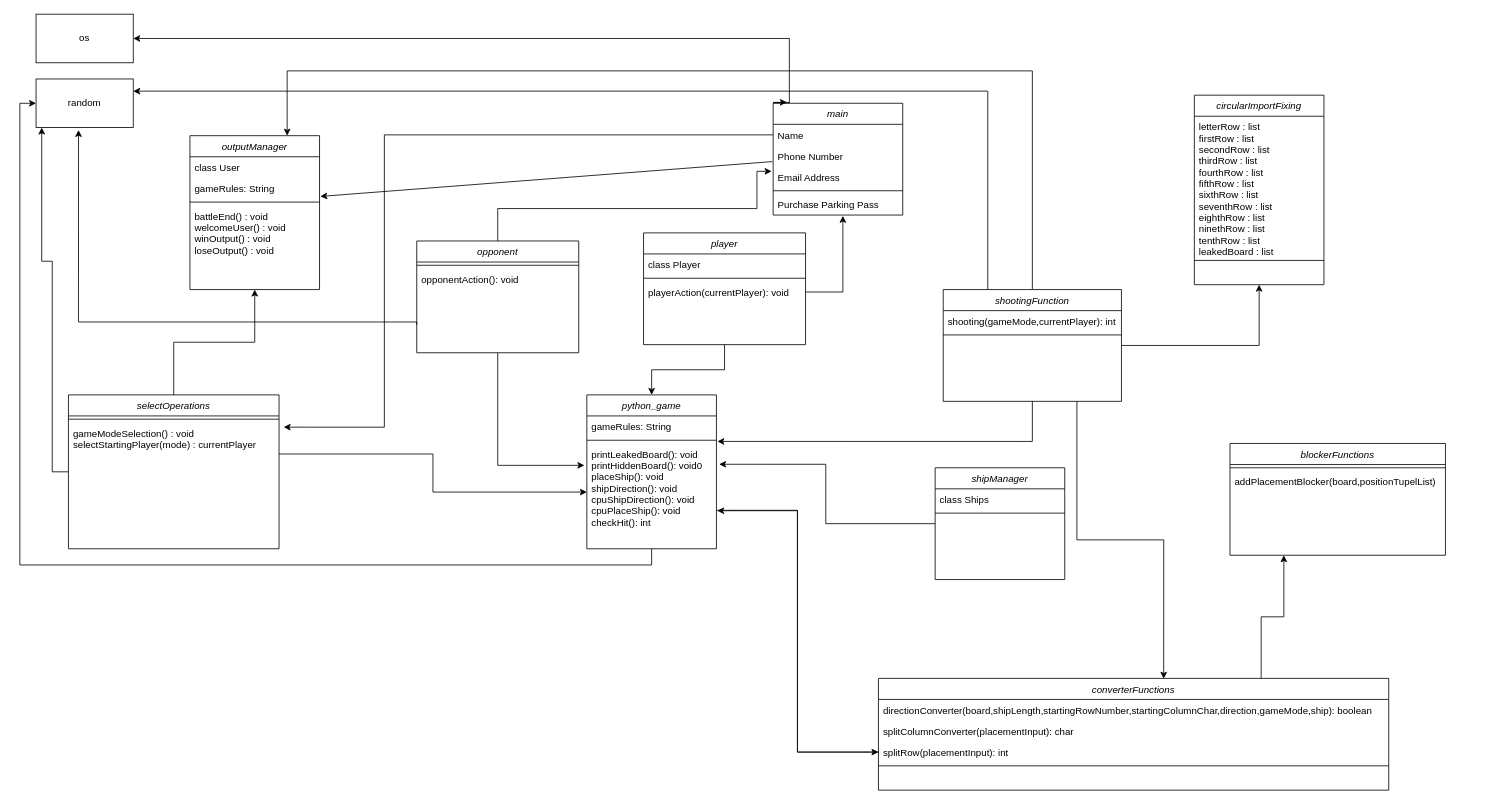
This is classDiagram.drawio from frederik-junk/Python_FleetBattle, a draw.io file, before an edit. Source tidied: cells renumbered, new cells numbered last; positions are measured from the earlier drawing's top-left corner, leaving out a move shared by most shapes. Both pictures are drawn from the tidied source at 81%, with x=0, y=0 at pixel (19, 14).
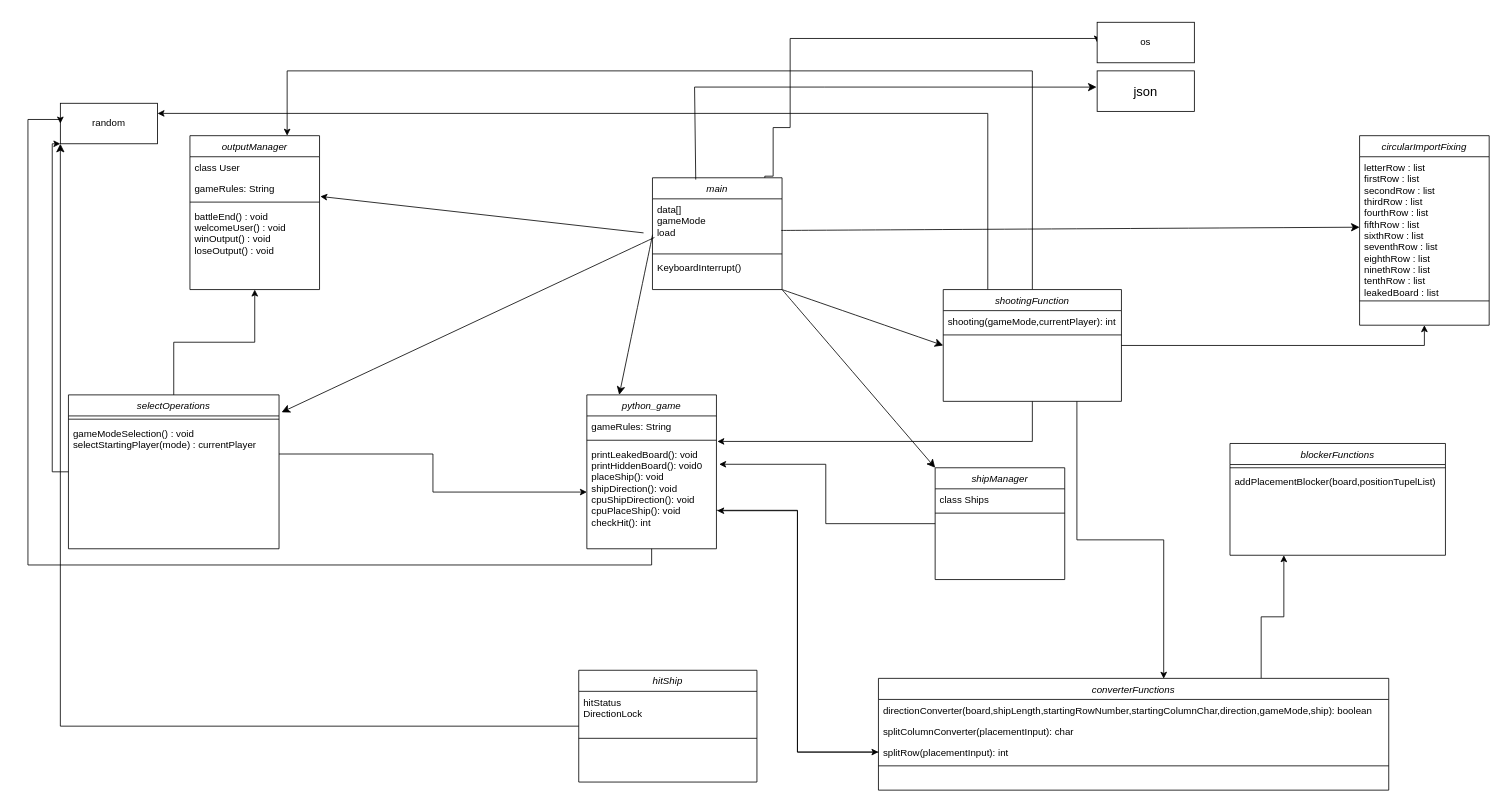
The same diagram, later.

Commit message (it also covers changes not shown here):
changes in diagrams and minor addition to Doku

Unchanged cells that the change refers to:
```xml
<mxCell id="13" value="gameRules: String" style="text;align=left;verticalAlign=top;spacingLeft=4;spacingRight=4;overflow=hidden;points=[[0,0.5],[1,0.5]];portConstraint=eastwest;rounded=0;shadow=0;html=0;" parent="11" vertex="1">
  <mxGeometry y="52" width="160" height="26" as="geometry" />
</mxCell>
<mxCell id="18" value="selectOperations" style="swimlane;fontStyle=2;align=center;verticalAlign=top;horizontal=1;startSize=26;rounded=0;shadow=0;strokeWidth=1;" parent="1" vertex="1">
  <mxGeometry x="60" y="470" width="260" height="190" as="geometry" />
</mxCell>
<mxCell id="20" value="gameModeSelection() : void&#10;selectStartingPlayer(mode) : currentPlayer" style="text;align=left;verticalAlign=top;spacingLeft=4;spacingRight=4;overflow=hidden;points=[[0,0.5],[1,0.5]];portConstraint=eastwest;" parent="18" vertex="1">
  <mxGeometry y="34" width="260" height="78" as="geometry" />
</mxCell>
<mxCell id="22" value="python_game" style="swimlane;fontStyle=2;align=center;verticalAlign=top;horizontal=1;startSize=26;rounded=0;shadow=0;strokeWidth=1;" parent="1" vertex="1">
  <mxGeometry x="700" y="470" width="160" height="190" as="geometry" />
</mxCell>
<mxCell id="25" value="printLeakedBoard(): void&#10;printHiddenBoard(): void0&#10;placeShip(): void&#10;shipDirection(): void&#10;cpuShipDirection(): void&#10;cpuPlaceShip(): void&#10;checkHit(): int" style="text;align=left;verticalAlign=top;spacingLeft=4;spacingRight=4;overflow=hidden;points=[[0,0.5],[1,0.5]];portConstraint=eastwest;" parent="22" vertex="1">
  <mxGeometry y="60" width="160" height="120" as="geometry" />
</mxCell>
<mxCell id="31" value="shipManager" style="swimlane;fontStyle=2;align=center;verticalAlign=top;horizontal=1;startSize=26;rounded=0;shadow=0;strokeWidth=1;" parent="1" vertex="1">
  <mxGeometry x="1130" y="560" width="160" height="138" as="geometry" />
</mxCell>
<mxCell id="57" value="letterRow : list&#10;firstRow : list&#10;secondRow : list&#10;thirdRow : list&#10;fourthRow : list&#10;fifthRow : list&#10;sixthRow : list&#10;seventhRow : list&#10;eighthRow : list&#10;ninethRow : list&#10;tenthRow : list&#10;leakedBoard : list" style="text;align=left;verticalAlign=top;spacingLeft=4;spacingRight=4;overflow=hidden;points=[[0,0.5],[1,0.5]];portConstraint=eastwest;" parent="56" vertex="1">
  <mxGeometry y="26" width="160" height="174" as="geometry" />
</mxCell>
<mxCell id="65" value="shootingFunction" style="swimlane;fontStyle=2;align=center;verticalAlign=top;horizontal=1;startSize=26;rounded=0;shadow=0;strokeWidth=1;" parent="1" vertex="1">
  <mxGeometry x="1140" y="340" width="220" height="138" as="geometry" />
</mxCell>
```

Change to the diagram source:
```diff
@@
-    <mxCell id="2" style="edgeStyle=orthogonalEdgeStyle;rounded=0;jettySize=auto;html=1;exitX=0;exitY=0;exitDx=0;exitDy=0;entryX=1;entryY=0.5;entryDx=0;entryDy=0;" parent="1" edge="1" source="3" target="9">
+    <mxCell id="2" style="edgeStyle=orthogonalEdgeStyle;rounded=0;jettySize=auto;html=1;endArrow=classic;endFill=1;entryX=0;entryY=0.5;entryDx=0;entryDy=0;exitX=0.867;exitY=0.011;exitDx=0;exitDy=0;exitPerimeter=0;" parent="1" edge="1" source="3" target="9">
       <mxGeometry relative="1" as="geometry">
         <Array as="points">
-          <mxPoint x="950" y="110" />
-          <mxPoint x="950" y="30" />
+          <mxPoint x="919" y="200" />
+          <mxPoint x="930" y="200" />
+          <mxPoint x="930" y="140" />
+          <mxPoint x="951" y="140" />
+          <mxPoint x="951" y="30" />
         </Array>
       </mxGeometry>
     </mxCell>
     <mxCell id="3" value="main" style="swimlane;fontStyle=2;align=center;verticalAlign=top;horizontal=1;startSize=26;rounded=0;shadow=0;strokeWidth=1;" parent="1" vertex="1">
-      <mxGeometry x="930" y="110" width="160" height="138" as="geometry" />
+      <mxGeometry x="781" y="202" width="160" height="138" as="geometry" />
     </mxCell>
-    <mxCell id="4" value="Name" style="text;align=left;verticalAlign=top;spacingLeft=4;spacingRight=4;overflow=hidden;points=[[0,0.5],[1,0.5]];portConstraint=eastwest;" parent="3" vertex="1">
-      <mxGeometry y="26" width="160" height="26" as="geometry" />
+    <mxCell id="4" value="data[]&#10;gameMode&#10;load" style="text;align=left;verticalAlign=top;spacingLeft=4;spacingRight=4;overflow=hidden;points=[[0,0.5],[1,0.5]];portConstraint=eastwest;" parent="3" vertex="1">
+      <mxGeometry y="26" width="160" height="64" as="geometry" />
     </mxCell>
-    <mxCell id="5" value="Phone Number" style="text;align=left;verticalAlign=top;spacingLeft=4;spacingRight=4;overflow=hidden;points=[[0,0.5],[1,0.5]];portConstraint=eastwest;rounded=0;shadow=0;html=0;" parent="3" vertex="1">
-      <mxGeometry y="52" width="160" height="26" as="geometry" />
-    </mxCell>
-    <mxCell id="6" value="Email Address" style="text;align=left;verticalAlign=top;spacingLeft=4;spacingRight=4;overflow=hidden;points=[[0,0.5],[1,0.5]];portConstraint=eastwest;rounded=0;shadow=0;html=0;" parent="3" vertex="1">
-      <mxGeometry y="78" width="160" height="26" as="geometry" />
-    </mxCell>
     <mxCell id="7" style="line;html=1;strokeWidth=1;align=left;verticalAlign=middle;spacingTop=-1;spacingLeft=3;spacingRight=3;labelPosition=right;" parent="3" vertex="1">
-      <mxGeometry y="104" width="160" height="8" as="geometry" />
+      <mxGeometry y="90" width="160" height="8" as="geometry" />
     </mxCell>
-    <mxCell id="8" value="Purchase Parking Pass" style="text;align=left;verticalAlign=top;spacingLeft=4;spacingRight=4;overflow=hidden;points=[[0,0.5],[1,0.5]];portConstraint=eastwest;" parent="3" vertex="1">
-      <mxGeometry y="112" width="160" height="26" as="geometry" />
+    <mxCell id="8" value="KeyboardInterrupt()" style="text;align=left;verticalAlign=top;spacingLeft=4;spacingRight=4;overflow=hidden;points=[[0,0.5],[1,0.5]];portConstraint=eastwest;" parent="3" vertex="1">
+      <mxGeometry y="98" width="160" height="22" as="geometry" />
     </mxCell>
     <mxCell id="9" value="os" style="rounded=0;whiteSpace=wrap;html=1;" parent="1" vertex="1">
-      <mxGeometry x="20" width="120" height="60" as="geometry" />
+      <mxGeometry x="1330" y="10" width="120" height="50" as="geometry" />
     </mxCell>
-    <mxCell id="10" style="endArrow=classic;html=1;rounded=0;exitX=-0.006;exitY=0.769;exitDx=0;exitDy=0;exitPerimeter=0;entryX=1.006;entryY=0.885;entryDx=0;entryDy=0;entryPerimeter=0;" parent="1" edge="1" source="5" target="13">
-      <mxGeometry relative="1" as="geometry" />
+    <mxCell id="10" style="endArrow=classic;html=1;rounded=0;entryX=1.006;entryY=0.885;entryDx=0;entryDy=0;entryPerimeter=0;" parent="1" edge="1" target="13">
+      <mxGeometry relative="1" as="geometry">
+        <mxPoint x="770" y="270" as="sourcePoint" />
+      </mxGeometry>
     </mxCell>
@@
-    <mxCell id="17" style="edgeStyle=orthogonalEdgeStyle;rounded=0;jettySize=auto;html=1;" parent="1" edge="1" source="18">
+    <mxCell id="17" style="edgeStyle=orthogonalEdgeStyle;rounded=0;jettySize=auto;html=1;entryX=0;entryY=1;entryDx=0;entryDy=0;" parent="1" edge="1" source="18" target="27">
       <mxGeometry relative="1" as="geometry">
-        <mxPoint x="27" y="140" as="targetPoint" />
         <Array as="points">
           <mxPoint x="40" y="565" />
-          <mxPoint x="40" y="305" />
-          <mxPoint x="27" y="305" />
+          <mxPoint x="40" y="160" />
         </Array>
       </mxGeometry>
     </mxCell>
@@
     <mxCell id="27" value="random" style="rounded=0;whiteSpace=wrap;html=1;" parent="1" vertex="1">
-      <mxGeometry x="20" y="80" width="120" height="60" as="geometry" />
+      <mxGeometry x="50" y="110" width="120" height="50" as="geometry" />
     </mxCell>
-    <mxCell id="28" style="edgeStyle=orthogonalEdgeStyle;rounded=0;jettySize=auto;html=1;entryX=0.106;entryY=-0.009;entryDx=0;entryDy=0;entryPerimeter=0;" parent="1" edge="1" target="3">
-      <mxGeometry relative="1" as="geometry">
-        <mxPoint x="950" y="109" as="sourcePoint" />
-        <Array as="points">
-          <mxPoint x="930" y="109" />
-        </Array>
-      </mxGeometry>
-    </mxCell>
     <mxCell id="29" style="edgeStyle=orthogonalEdgeStyle;rounded=0;jettySize=auto;html=1;entryX=0;entryY=0.5;entryDx=0;entryDy=0;" parent="1" edge="1" target="27">
       <mxGeometry relative="1" as="geometry">
         <mxPoint x="780" y="660" as="sourcePoint" />
         <Array as="points">
           <mxPoint x="780" y="680" />
-          <mxPoint y="680" />
-          <mxPoint y="110" />
+          <mxPoint x="10" y="680" />
+          <mxPoint x="10" y="130" />
+          <mxPoint x="50" y="130" />
         </Array>
       </mxGeometry>
     </mxCell>
@@
-    <mxCell id="40" style="edgeStyle=orthogonalEdgeStyle;rounded=0;jettySize=auto;html=1;exitX=0.5;exitY=1;exitDx=0;exitDy=0;entryX=0.5;entryY=0;entryDx=0;entryDy=0;" parent="1" edge="1" source="41" target="22">
-      <mxGeometry relative="1" as="geometry" />
-    </mxCell>
-    <mxCell id="41" value="player" style="swimlane;fontStyle=2;align=center;verticalAlign=top;horizontal=1;startSize=26;rounded=0;shadow=0;strokeWidth=1;" parent="1" vertex="1">
-      <mxGeometry x="770" y="270" width="200" height="138" as="geometry" />
-    </mxCell>
-    <mxCell id="42" value="class Player" style="text;align=left;verticalAlign=top;spacingLeft=4;spacingRight=4;overflow=hidden;" parent="41" vertex="1">
-      <mxGeometry y="26" width="200" height="26" as="geometry" />
-    </mxCell>
-    <mxCell id="43" style="line;html=1;strokeWidth=1;align=left;verticalAlign=middle;spacingTop=-1;spacingLeft=3;spacingRight=3;labelPosition=right;" parent="41" vertex="1">
-      <mxGeometry y="52" width="200" height="8" as="geometry" />
-    </mxCell>
-    <mxCell id="44" value="playerAction(currentPlayer): void" style="text;align=left;verticalAlign=top;spacingLeft=4;spacingRight=4;overflow=hidden;points=[[0,0.5],[1,0.5]];portConstraint=eastwest;" parent="41" vertex="1">
-      <mxGeometry y="60" width="200" height="26" as="geometry" />
-    </mxCell>
-    <mxCell id="45" style="edgeStyle=orthogonalEdgeStyle;rounded=0;jettySize=auto;html=1;entryX=0.538;entryY=1.038;entryDx=0;entryDy=0;entryPerimeter=0;" parent="1" edge="1" source="44" target="8">
-      <mxGeometry relative="1" as="geometry" />
-    </mxCell>
-    <mxCell id="46" style="edgeStyle=orthogonalEdgeStyle;rounded=0;jettySize=auto;html=1;entryX=-0.012;entryY=0.231;entryDx=0;entryDy=0;entryPerimeter=0;" parent="1" edge="1" source="48" target="6">
-      <mxGeometry relative="1" as="geometry">
-        <Array as="points">
-          <mxPoint x="590" y="240" />
-          <mxPoint x="910" y="240" />
-          <mxPoint x="910" y="194" />
-        </Array>
-      </mxGeometry>
-    </mxCell>
-    <mxCell id="47" style="edgeStyle=orthogonalEdgeStyle;rounded=0;jettySize=auto;html=1;entryX=-0.019;entryY=0.225;entryDx=0;entryDy=0;entryPerimeter=0;" parent="1" edge="1" source="48" target="25">
-      <mxGeometry relative="1" as="geometry" />
-    </mxCell>
-    <mxCell id="48" value="opponent" style="swimlane;fontStyle=2;align=center;verticalAlign=top;horizontal=1;startSize=26;rounded=0;shadow=0;strokeWidth=1;" parent="1" vertex="1">
-      <mxGeometry x="490" y="280" width="200" height="138" as="geometry" />
-    </mxCell>
-    <mxCell id="49" style="line;html=1;strokeWidth=1;align=left;verticalAlign=middle;spacingTop=-1;spacingLeft=3;spacingRight=3;labelPosition=right;" parent="48" vertex="1">
-      <mxGeometry y="26" width="200" height="8" as="geometry" />
-    </mxCell>
-    <mxCell id="50" value="opponentAction(): void" style="text;align=left;verticalAlign=top;spacingLeft=4;spacingRight=4;overflow=hidden;" parent="48" vertex="1">
-      <mxGeometry y="34" width="200" height="26" as="geometry" />
-    </mxCell>
-    <mxCell id="51" style="edgeStyle=orthogonalEdgeStyle;rounded=0;jettySize=auto;html=1;entryX=0.437;entryY=1.05;entryDx=0;entryDy=0;entryPerimeter=0;exitX=0;exitY=0.75;exitDx=0;exitDy=0;" parent="1" edge="1" source="48" target="27">
-      <mxGeometry relative="1" as="geometry">
-        <Array as="points">
-          <mxPoint x="490" y="380" />
-          <mxPoint x="72" y="380" />
-        </Array>
-      </mxGeometry>
-    </mxCell>
@@
     <mxCell id="56" value="circularImportFixing" style="swimlane;fontStyle=2;align=center;verticalAlign=top;horizontal=1;startSize=26;rounded=0;shadow=0;strokeWidth=1;" parent="1" vertex="1">
-      <mxGeometry x="1450" y="100" width="160" height="234" as="geometry" />
+      <mxGeometry x="1654" y="150" width="160" height="234" as="geometry" />
     </mxCell>
@@
-    <mxCell id="59" style="edgeStyle=orthogonalEdgeStyle;rounded=0;jettySize=auto;html=1;entryX=1.022;entryY=0.075;entryDx=0;entryDy=0;entryPerimeter=0;" parent="1" edge="1" source="4" target="20">
-      <mxGeometry relative="1" as="geometry">
-        <Array as="points">
-          <mxPoint x="450" y="149" />
-          <mxPoint x="450" y="510" />
-        </Array>
-      </mxGeometry>
-    </mxCell>
@@
+    <mxCell id="68" style="endArrow=classic;html=1;rounded=0;fontSize=12;startSize=8;endSize=8;exitX=0.334;exitY=0.016;exitDx=0;exitDy=0;exitPerimeter=0;endFill=1;entryX=-0.006;entryY=0.401;entryDx=0;entryDy=0;entryPerimeter=0;" parent="1" edge="1" source="3" target="69">
+      <mxGeometry relative="1" as="geometry">
+        <Array as="points">
+          <mxPoint x="833" y="90" />
+          <mxPoint x="993" y="90" />
+        </Array>
+      </mxGeometry>
+    </mxCell>
+    <mxCell id="69" value="json" style="rounded=0;whiteSpace=wrap;html=1;fontSize=16;" parent="1" vertex="1">
+      <mxGeometry x="1330" y="70" width="120" height="50" as="geometry" />
+    </mxCell>
+    <mxCell id="70" style="endArrow=classic;html=1;rounded=0;fontSize=12;startSize=8;endSize=8;curved=1;exitX=0.001;exitY=0.692;exitDx=0;exitDy=0;entryX=0.25;entryY=0;entryDx=0;entryDy=0;exitPerimeter=0;" parent="1" edge="1" source="4" target="22">
+      <mxGeometry relative="1" as="geometry" />
+    </mxCell>
+    <mxCell id="71" style="endArrow=classic;html=1;rounded=0;fontSize=12;startSize=8;endSize=8;curved=1;exitX=0.015;exitY=0.746;exitDx=0;exitDy=0;exitPerimeter=0;entryX=1.012;entryY=0.113;entryDx=0;entryDy=0;entryPerimeter=0;" parent="1" edge="1" source="4" target="18">
+      <mxGeometry relative="1" as="geometry" />
+    </mxCell>
+    <mxCell id="72" style="endArrow=classic;html=1;rounded=0;fontSize=12;startSize=8;endSize=8;curved=1;exitX=1;exitY=0.5;exitDx=0;exitDy=0;entryX=0;entryY=0.5;entryDx=0;entryDy=0;" parent="1" edge="1" target="57">
+      <mxGeometry relative="1" as="geometry">
+        <mxPoint x="940" y="267" as="sourcePoint" />
+      </mxGeometry>
+    </mxCell>
+    <mxCell id="73" style="endArrow=classic;html=1;rounded=0;fontSize=12;startSize=8;endSize=8;curved=1;exitX=1;exitY=1;exitDx=0;exitDy=0;entryX=0;entryY=0;entryDx=0;entryDy=0;" parent="1" edge="1" source="3" target="31">
+      <mxGeometry relative="1" as="geometry" />
+    </mxCell>
+    <mxCell id="74" style="endArrow=classic;html=1;rounded=0;fontSize=12;startSize=8;endSize=8;curved=1;exitX=1;exitY=1;exitDx=0;exitDy=0;entryX=0;entryY=0.5;entryDx=0;entryDy=0;" parent="1" edge="1" source="3" target="65">
+      <mxGeometry relative="1" as="geometry" />
+    </mxCell>
+    <mxCell id="75" value="hitShip" style="swimlane;fontStyle=2;align=center;verticalAlign=top;horizontal=1;startSize=26;rounded=0;shadow=0;strokeWidth=1;" parent="1" vertex="1">
+      <mxGeometry x="690" y="810" width="220" height="138" as="geometry" />
+    </mxCell>
+    <mxCell id="76" value="hitStatus&#10;DirectionLock" style="text;align=left;verticalAlign=top;spacingLeft=4;spacingRight=4;overflow=hidden;" parent="75" vertex="1">
+      <mxGeometry y="26" width="220" height="54" as="geometry" />
+    </mxCell>
+    <mxCell id="77" style="line;html=1;strokeWidth=1;align=left;verticalAlign=middle;spacingTop=-1;spacingLeft=3;spacingRight=3;labelPosition=right;" parent="75" vertex="1">
+      <mxGeometry y="80" width="220" height="8" as="geometry" />
+    </mxCell>
+    <mxCell id="78" style="endArrow=classic;html=1;rounded=0;fontSize=12;startSize=8;endSize=8;exitX=0;exitY=0.5;exitDx=0;exitDy=0;entryX=0;entryY=1;entryDx=0;entryDy=0;" parent="1" edge="1" source="75" target="27">
+      <mxGeometry relative="1" as="geometry">
+        <Array as="points">
+          <mxPoint x="50" y="879" />
+        </Array>
+      </mxGeometry>
+    </mxCell>
```
